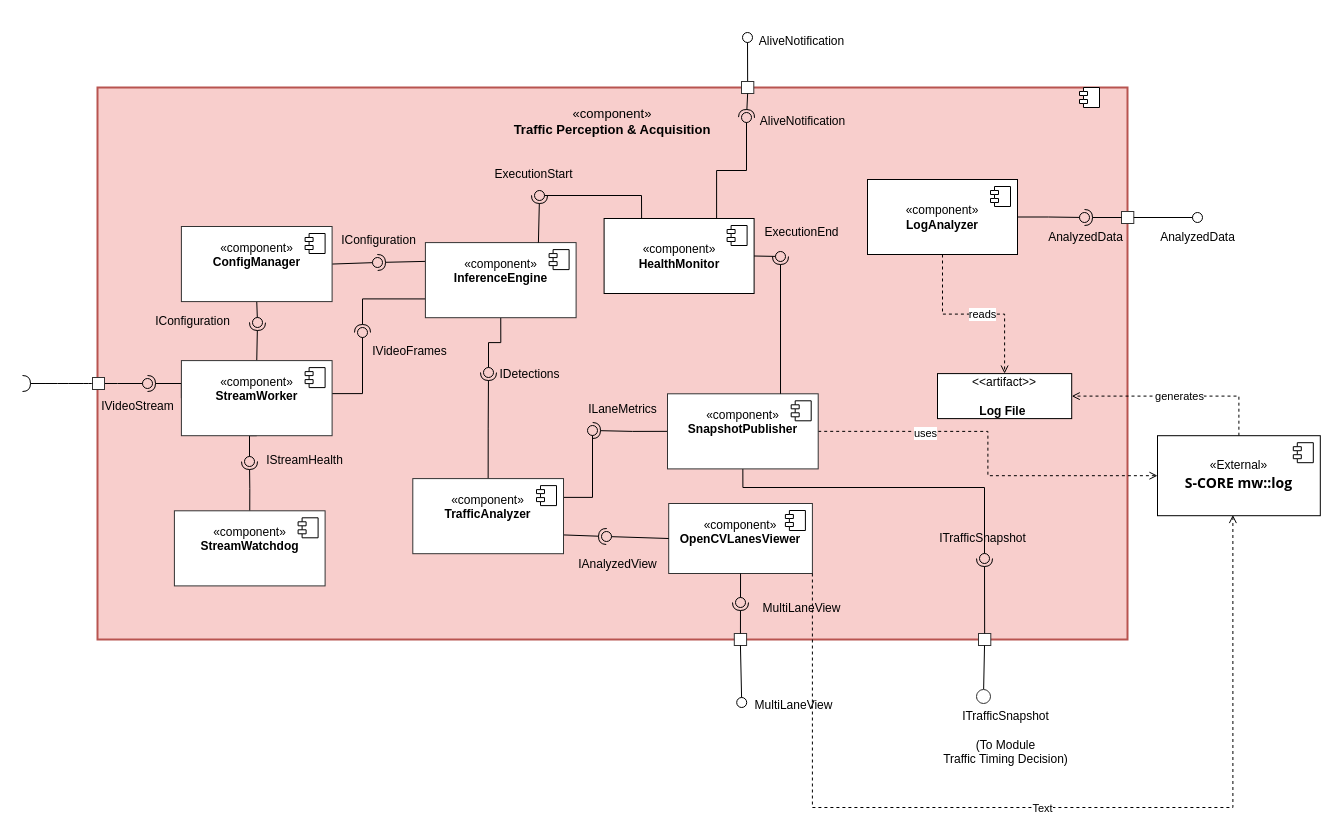
Above: page "Page-2" (2 of 2) of docs/04_design/Component Diagrams/Traffic Perception & Acquisition (Component).drawio in PhamTranDucHanh/adaptive_traffic_light (draw.io), before the change. Source tidied: cells renumbered, new cells numbered last; positions are measured from the earlier drawing's top-left corner, leaving out a move shared by most shapes. Both pictures are drawn from the tidied source at 100%, with x=0, y=0 at pixel (17, 27).
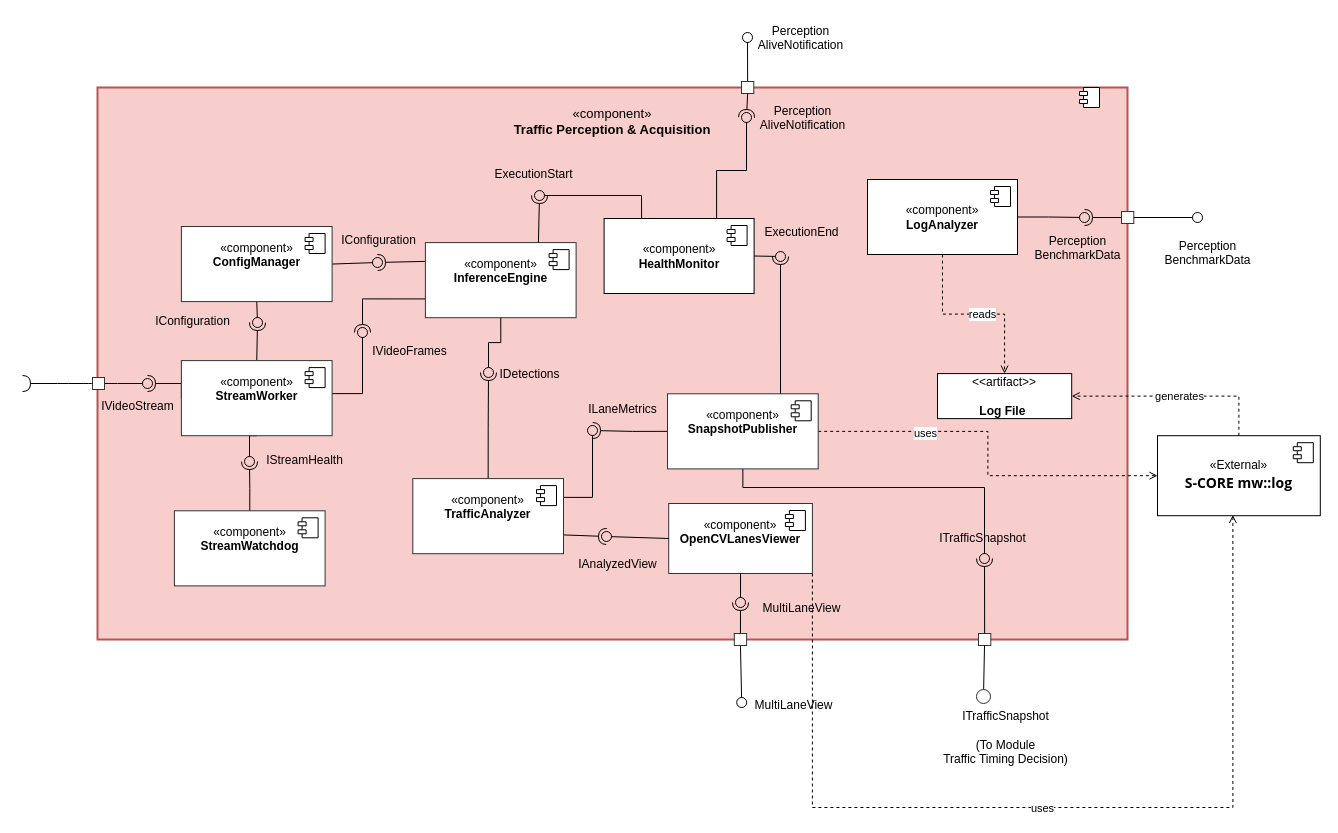
The same diagram, later.

The change refers to these unchanged cells:
```xml
<mxCell id="113" style="edgeStyle=orthogonalEdgeStyle;rounded=0;jettySize=auto;html=1;exitX=1;exitY=1;exitDx=0;exitDy=0;entryX=0.463;entryY=0.991;entryDx=0;entryDy=0;entryPerimeter=0;endArrow=open;endFill=0;dashed=1;" parent="1" edge="1" source="35" target="110">
  <mxGeometry relative="1" as="geometry">
    <Array as="points">
      <mxPoint x="795" y="780" />
      <mxPoint x="1215" y="780" />
    </Array>
  </mxGeometry>
</mxCell>
```

What changed in the source:
```diff
@@
-    <mxCell id="85" value="AliveNotification" style="text;html=1;fontSize=12;align=center;fontStyle=0;" parent="1" vertex="1">
-      <mxGeometry x="755" y="80" width="60" height="15" as="geometry" />
+    <mxCell id="85" value="Perception&lt;div&gt;AliveNotification&lt;/div&gt;" style="text;html=1;fontSize=12;align=center;fontStyle=0;" parent="1" vertex="1">
+      <mxGeometry x="755.2" y="70" width="60" height="15" as="geometry" />
     </mxCell>
@@
-    <mxCell id="106" value="AnalyzedData" style="text;html=1;fontSize=12;align=center;fontStyle=0;" parent="1" vertex="1">
-      <mxGeometry x="1150" y="196" width="60" height="15" as="geometry" />
-    </mxCell>
-    <mxCell id="107" value="AnalyzedData" style="text;html=1;fontSize=12;align=center;fontStyle=0;" parent="1" vertex="1">
-      <mxGeometry x="1038" y="196" width="60" height="15" as="geometry" />
+    <mxCell id="107" value="Perception&lt;div&gt;BenchmarkData&lt;/div&gt;" style="text;html=1;fontSize=12;align=center;fontStyle=0;" parent="1" vertex="1">
+      <mxGeometry x="1030" y="200.1" width="60" height="15" as="geometry" />
     </mxCell>
@@
-    <mxCell id="114" value="Text" style="edgeLabel;html=1;align=center;verticalAlign=middle;" parent="113" vertex="1">
+    <mxCell id="114" value="uses" style="edgeLabel;html=1;align=center;verticalAlign=middle;" parent="113" vertex="1">
       <mxGeometry x="-0.02" relative="1" as="geometry" />
     </mxCell>
-    <mxCell id="115" value="AliveNotification" style="text;html=1;fontSize=12;align=center;fontStyle=0;" parent="1" vertex="1">
-      <mxGeometry x="754.4" width="60" height="15" as="geometry" />
+    <mxCell id="115" value="Perception&lt;div&gt;AliveNotification&lt;/div&gt;" style="text;html=1;fontSize=12;align=center;fontStyle=0;" parent="1" vertex="1">
+      <mxGeometry x="753.4" y="-10" width="60" height="15" as="geometry" />
     </mxCell>
+    <mxCell id="116" value="Perception&lt;div&gt;BenchmarkData&lt;/div&gt;" style="text;html=1;fontSize=12;align=center;fontStyle=0;" parent="1" vertex="1">
+      <mxGeometry x="1160" y="205" width="60" height="15" as="geometry" />
+    </mxCell>
```
